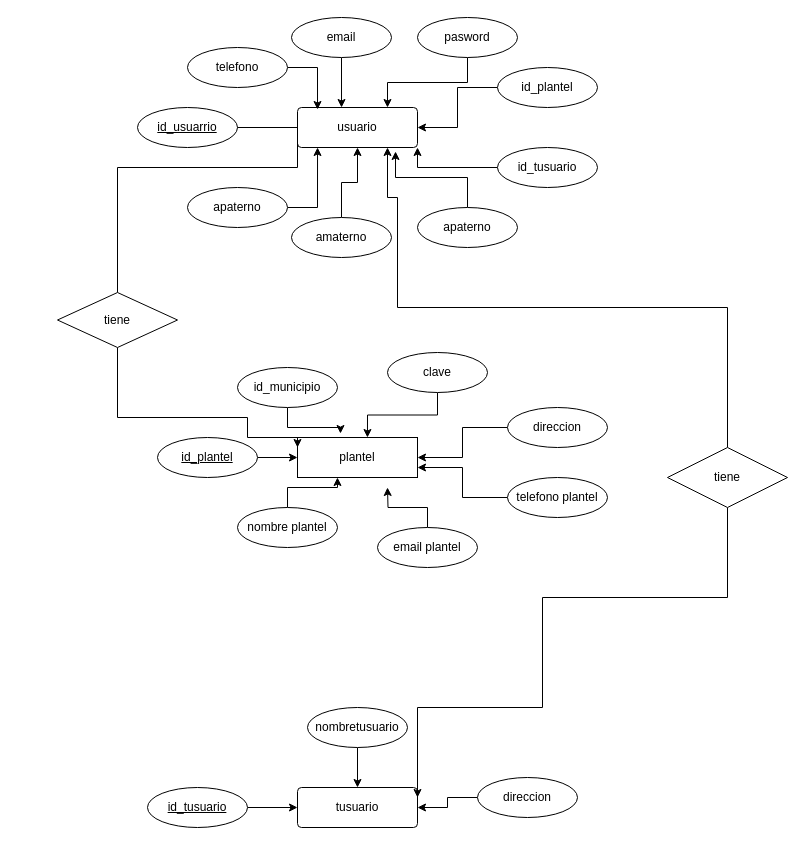
This is page "enntidad relacion" (1 of 2) of Diagrama sin título.drawio from mhsvictor/bd405, a draw.io file, before an edit. Source tidied: cells renumbered, new cells numbered last; positions are measured from the earlier drawing's top-left corner, leaving out a move shared by most shapes. Both pictures are drawn from the tidied source at 100%, with x=0, y=0 at pixel (57, 17).
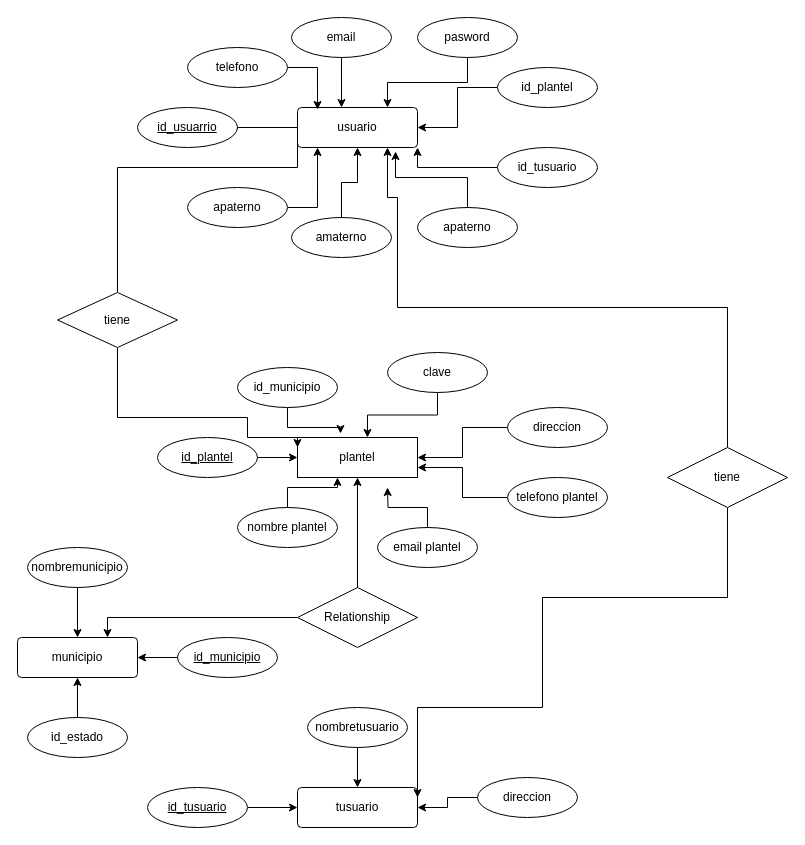
After the change.

Unchanged cells that the change refers to:
```xml
<mxCell id="21" value="plantel" style="whiteSpace=wrap;html=1;align=center;" parent="1" vertex="1">
  <mxGeometry x="240" y="420" width="120" height="40" as="geometry" />
</mxCell>
```

Diff of the diagram source:
```diff
@@
+    <mxCell id="49" value="municipio" style="rounded=1;arcSize=10;whiteSpace=wrap;html=1;align=center;" parent="1" vertex="1">
+      <mxGeometry x="-40" y="620" width="120" height="40" as="geometry" />
+    </mxCell>
+    <mxCell id="50" style="edgeStyle=orthogonalEdgeStyle;rounded=0;jettySize=auto;html=1;exitX=0;exitY=0.5;exitDx=0;exitDy=0;" parent="1" edge="1" source="51" target="49">
+      <mxGeometry relative="1" as="geometry" />
+    </mxCell>
+    <mxCell id="51" value="id_municipio" style="ellipse;whiteSpace=wrap;html=1;align=center;fontStyle=4;" parent="1" vertex="1">
+      <mxGeometry x="120" y="620" width="100" height="40" as="geometry" />
+    </mxCell>
+    <mxCell id="52" style="edgeStyle=orthogonalEdgeStyle;rounded=0;jettySize=auto;html=1;exitX=0.5;exitY=1;exitDx=0;exitDy=0;entryX=0.5;entryY=0;entryDx=0;entryDy=0;" parent="1" edge="1" source="53" target="49">
+      <mxGeometry relative="1" as="geometry" />
+    </mxCell>
+    <mxCell id="53" value="nombremunicipio" style="ellipse;whiteSpace=wrap;html=1;align=center;" parent="1" vertex="1">
+      <mxGeometry x="-30" y="530" width="100" height="40" as="geometry" />
+    </mxCell>
+    <mxCell id="54" style="edgeStyle=orthogonalEdgeStyle;rounded=0;jettySize=auto;html=1;entryX=0.5;entryY=1;entryDx=0;entryDy=0;" parent="1" edge="1" source="55" target="49">
+      <mxGeometry relative="1" as="geometry" />
+    </mxCell>
+    <mxCell id="55" value="id_estado" style="ellipse;whiteSpace=wrap;html=1;align=center;" parent="1" vertex="1">
+      <mxGeometry x="-30" y="700" width="100" height="40" as="geometry" />
+    </mxCell>
+    <mxCell id="56" style="edgeStyle=orthogonalEdgeStyle;rounded=0;jettySize=auto;html=1;entryX=0.5;entryY=1;entryDx=0;entryDy=0;" parent="1" edge="1" source="58" target="21">
+      <mxGeometry relative="1" as="geometry" />
+    </mxCell>
+    <mxCell id="57" style="edgeStyle=orthogonalEdgeStyle;rounded=0;jettySize=auto;html=1;entryX=0.75;entryY=0;entryDx=0;entryDy=0;" parent="1" edge="1" source="58" target="49">
+      <mxGeometry relative="1" as="geometry" />
+    </mxCell>
+    <mxCell id="58" value="Relationship" style="shape=rhombus;perimeter=rhombusPerimeter;whiteSpace=wrap;html=1;align=center;" parent="1" vertex="1">
+      <mxGeometry x="240" y="570" width="120" height="60" as="geometry" />
+    </mxCell>
```
